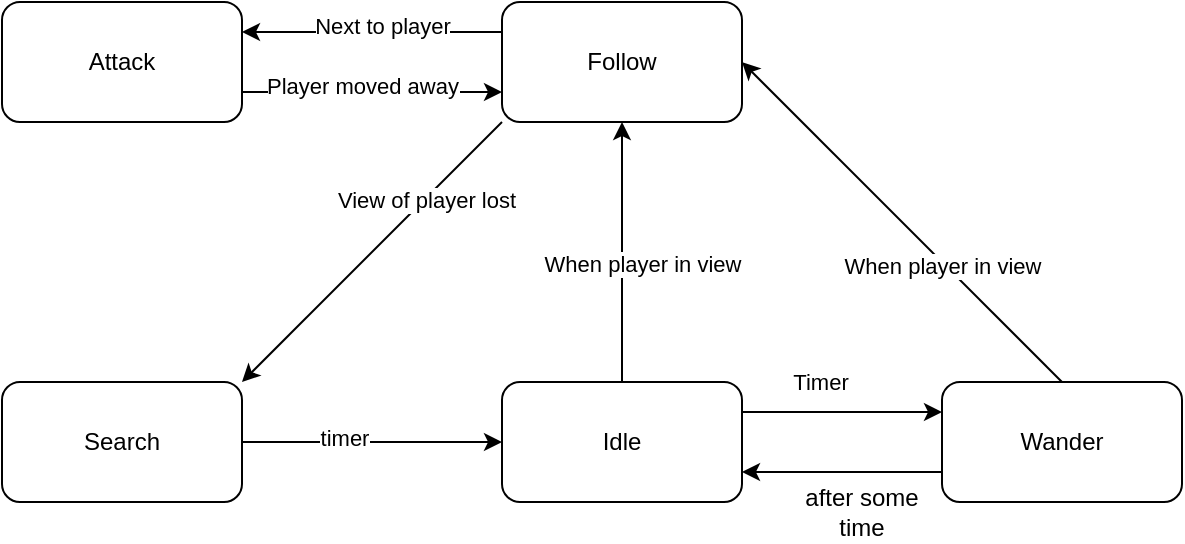
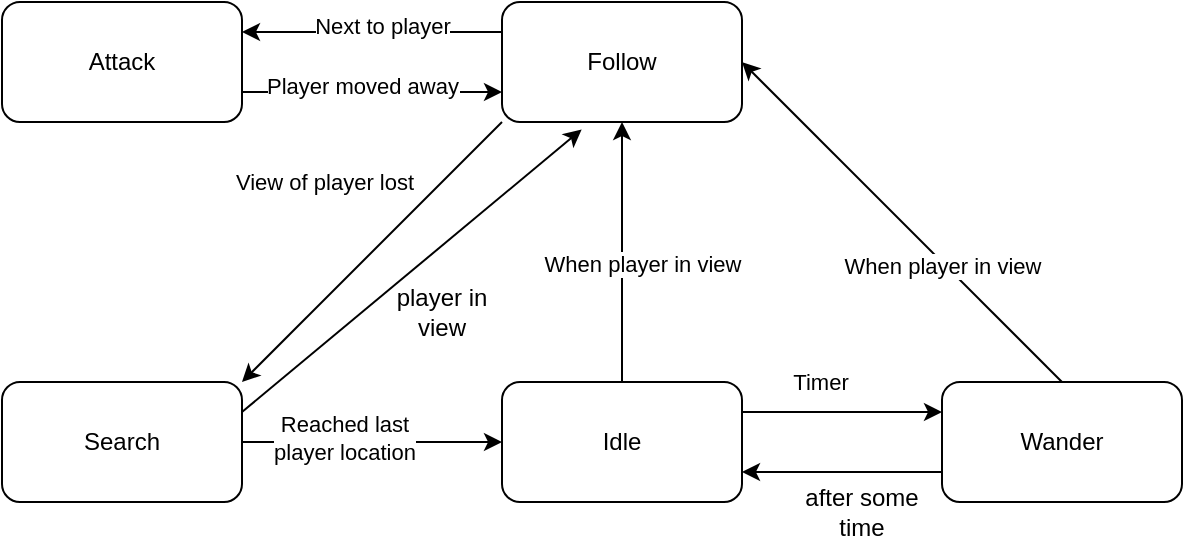
<mxfile host="Electron" agent="Mozilla/5.0 (Windows NT 10.0; Win64; x64) AppleWebKit/537.36 (KHTML, like Gecko) draw.io/29.6.1 Chrome/142.0.7444.265 Electron/39.8.0 Safari/537.36" version="29.6.1">
  <diagram name="Page-1" id="7ojqqCOk9tsSdzXVnYJO">
-     <mxGraphModel dx="984" dy="572" grid="1" gridSize="10" guides="1" tooltips="1" connect="1" arrows="1" fold="1" page="1" pageScale="1" pageWidth="850" pageHeight="1100" math="0" shadow="0">
+     <mxGraphModel dx="837" dy="571" grid="1" gridSize="10" guides="1" tooltips="1" connect="1" arrows="1" fold="1" page="1" pageScale="1" pageWidth="850" pageHeight="1100" math="0" shadow="0">
      <root>
        <mxCell id="0" />
        <mxCell id="1" parent="0" />
        <mxCell id="kaX4WNFZyzGd7ofn2PIC-2" parent="1" style="rounded=1;whiteSpace=wrap;html=1;" value="Idle" vertex="1">
          <mxGeometry height="60" width="120" x="370" y="370" as="geometry" />
        </mxCell>
        <mxCell id="kaX4WNFZyzGd7ofn2PIC-3" parent="1" style="rounded=1;whiteSpace=wrap;html=1;" value="Follow" vertex="1">
          <mxGeometry height="60" width="120" x="370" y="180" as="geometry" />
        </mxCell>
        <mxCell id="kaX4WNFZyzGd7ofn2PIC-4" parent="1" style="rounded=1;whiteSpace=wrap;html=1;" value="Attack" vertex="1">
          <mxGeometry height="60" width="120" x="120" y="180" as="geometry" />
        </mxCell>
        <mxCell id="kaX4WNFZyzGd7ofn2PIC-5" parent="1" style="rounded=1;whiteSpace=wrap;html=1;" value="Search" vertex="1">
          <mxGeometry height="60" width="120" x="120" y="370" as="geometry" />
        </mxCell>
        <mxCell id="kaX4WNFZyzGd7ofn2PIC-6" parent="1" style="rounded=1;whiteSpace=wrap;html=1;" value="Wander" vertex="1">
          <mxGeometry height="60" width="120" x="590" y="370" as="geometry" />
        </mxCell>
        <mxCell id="kaX4WNFZyzGd7ofn2PIC-7" edge="1" parent="1" source="kaX4WNFZyzGd7ofn2PIC-2" style="endArrow=classic;html=1;rounded=0;entryX=0.5;entryY=1;entryDx=0;entryDy=0;exitX=0.5;exitY=0;exitDx=0;exitDy=0;" target="kaX4WNFZyzGd7ofn2PIC-3" value="">
          <mxGeometry height="50" relative="1" width="50" as="geometry">
            <mxPoint x="410" y="440" as="sourcePoint" />
            <mxPoint x="460" y="390" as="targetPoint" />
          </mxGeometry>
        </mxCell>
        <mxCell id="kaX4WNFZyzGd7ofn2PIC-8" edge="1" parent="1" source="kaX4WNFZyzGd7ofn2PIC-3" style="endArrow=classic;html=1;rounded=0;entryX=1;entryY=0.25;entryDx=0;entryDy=0;exitX=0;exitY=0.25;exitDx=0;exitDy=0;" target="kaX4WNFZyzGd7ofn2PIC-4" value="">
          <mxGeometry height="50" relative="1" width="50" as="geometry">
            <mxPoint x="410" y="440" as="sourcePoint" />
            <mxPoint x="460" y="390" as="targetPoint" />
          </mxGeometry>
        </mxCell>
        <mxCell id="kaX4WNFZyzGd7ofn2PIC-19" connectable="0" parent="kaX4WNFZyzGd7ofn2PIC-8" style="edgeLabel;html=1;align=center;verticalAlign=middle;resizable=0;points=[];" value="Next to player" vertex="1">
          <mxGeometry relative="1" x="0.3436" y="-3" as="geometry">
            <mxPoint x="27" as="offset" />
          </mxGeometry>
        </mxCell>
        <mxCell id="kaX4WNFZyzGd7ofn2PIC-10" edge="1" parent="1" source="kaX4WNFZyzGd7ofn2PIC-5" style="endArrow=classic;html=1;rounded=0;exitX=1;exitY=0.5;exitDx=0;exitDy=0;entryX=0;entryY=0.5;entryDx=0;entryDy=0;" target="kaX4WNFZyzGd7ofn2PIC-2" value="">
          <mxGeometry height="50" relative="1" width="50" as="geometry">
            <mxPoint x="410" y="440" as="sourcePoint" />
            <mxPoint x="460" y="390" as="targetPoint" />
          </mxGeometry>
        </mxCell>
-         <mxCell id="kaX4WNFZyzGd7ofn2PIC-24" connectable="0" parent="kaX4WNFZyzGd7ofn2PIC-10" style="edgeLabel;html=1;align=center;verticalAlign=middle;resizable=0;points=[];" value="timer" vertex="1">
+         <mxCell id="kaX4WNFZyzGd7ofn2PIC-24" connectable="0" parent="kaX4WNFZyzGd7ofn2PIC-10" style="edgeLabel;html=1;align=center;verticalAlign=middle;resizable=0;points=[];" value="Reached last&lt;div&gt;player location&lt;/div&gt;" vertex="1">
          <mxGeometry relative="1" x="-0.2117" y="2" as="geometry">
            <mxPoint as="offset" />
          </mxGeometry>
        </mxCell>
        <mxCell id="kaX4WNFZyzGd7ofn2PIC-11" edge="1" parent="1" source="kaX4WNFZyzGd7ofn2PIC-2" style="endArrow=classic;html=1;rounded=0;entryX=0;entryY=0.25;entryDx=0;entryDy=0;exitX=1;exitY=0.25;exitDx=0;exitDy=0;" target="kaX4WNFZyzGd7ofn2PIC-6" value="">
          <mxGeometry height="50" relative="1" width="50" as="geometry">
            <mxPoint x="410" y="440" as="sourcePoint" />
            <mxPoint x="460" y="390" as="targetPoint" />
          </mxGeometry>
        </mxCell>
        <mxCell id="kaX4WNFZyzGd7ofn2PIC-13" connectable="0" parent="kaX4WNFZyzGd7ofn2PIC-11" style="edgeLabel;html=1;align=center;verticalAlign=middle;resizable=0;points=[];" value="Timer" vertex="1">
          <mxGeometry relative="1" x="-0.2324" y="2" as="geometry">
            <mxPoint y="-13" as="offset" />
          </mxGeometry>
        </mxCell>
        <mxCell id="kaX4WNFZyzGd7ofn2PIC-12" edge="1" parent="1" source="kaX4WNFZyzGd7ofn2PIC-6" style="endArrow=classic;html=1;rounded=0;entryX=1;entryY=0.75;entryDx=0;entryDy=0;exitX=0;exitY=0.75;exitDx=0;exitDy=0;" target="kaX4WNFZyzGd7ofn2PIC-2" value="">
          <mxGeometry height="50" relative="1" width="50" as="geometry">
            <mxPoint x="410" y="440" as="sourcePoint" />
            <mxPoint x="460" y="390" as="targetPoint" />
          </mxGeometry>
        </mxCell>
        <mxCell id="kaX4WNFZyzGd7ofn2PIC-14" parent="1" style="text;html=1;whiteSpace=wrap;strokeColor=none;fillColor=none;align=center;verticalAlign=middle;rounded=0;" value="after some time" vertex="1">
          <mxGeometry height="30" width="60" x="520" y="420" as="geometry" />
        </mxCell>
        <mxCell id="kaX4WNFZyzGd7ofn2PIC-15" edge="1" parent="1" source="kaX4WNFZyzGd7ofn2PIC-6" style="endArrow=classic;html=1;rounded=0;entryX=1;entryY=0.5;entryDx=0;entryDy=0;exitX=0.5;exitY=0;exitDx=0;exitDy=0;" target="kaX4WNFZyzGd7ofn2PIC-3" value="">
          <mxGeometry height="50" relative="1" width="50" as="geometry">
            <mxPoint x="410" y="440" as="sourcePoint" />
            <mxPoint x="460" y="390" as="targetPoint" />
          </mxGeometry>
        </mxCell>
        <mxCell id="kaX4WNFZyzGd7ofn2PIC-16" connectable="0" parent="kaX4WNFZyzGd7ofn2PIC-15" style="edgeLabel;html=1;align=center;verticalAlign=middle;resizable=0;points=[];" value="When player in view" vertex="1">
          <mxGeometry relative="1" x="-0.2601" y="1" as="geometry">
            <mxPoint as="offset" />
          </mxGeometry>
        </mxCell>
        <mxCell id="kaX4WNFZyzGd7ofn2PIC-23" connectable="0" parent="kaX4WNFZyzGd7ofn2PIC-15" style="edgeLabel;html=1;align=center;verticalAlign=middle;resizable=0;points=[];" value="When player in view" vertex="1">
          <mxGeometry relative="1" x="-0.2601" y="1" as="geometry">
            <mxPoint x="-150" y="-1" as="offset" />
          </mxGeometry>
        </mxCell>
        <mxCell id="kaX4WNFZyzGd7ofn2PIC-17" edge="1" parent="1" source="kaX4WNFZyzGd7ofn2PIC-3" style="endArrow=classic;html=1;rounded=0;entryX=1;entryY=0;entryDx=0;entryDy=0;exitX=0;exitY=1;exitDx=0;exitDy=0;" target="kaX4WNFZyzGd7ofn2PIC-5" value="">
          <mxGeometry height="50" relative="1" width="50" as="geometry">
            <mxPoint x="410" y="440" as="sourcePoint" />
            <mxPoint x="460" y="390" as="targetPoint" />
          </mxGeometry>
        </mxCell>
        <mxCell id="kaX4WNFZyzGd7ofn2PIC-18" connectable="0" parent="kaX4WNFZyzGd7ofn2PIC-17" style="edgeLabel;html=1;align=center;verticalAlign=middle;resizable=0;points=[];" value="View of player lost" vertex="1">
          <mxGeometry relative="1" x="-0.4095" as="geometry">
-             <mxPoint as="offset" />
+             <mxPoint x="-51" y="-9" as="offset" />
          </mxGeometry>
        </mxCell>
        <mxCell id="kaX4WNFZyzGd7ofn2PIC-21" edge="1" parent="1" source="kaX4WNFZyzGd7ofn2PIC-4" style="endArrow=classic;html=1;rounded=0;entryX=0;entryY=0.75;entryDx=0;entryDy=0;exitX=1;exitY=0.75;exitDx=0;exitDy=0;" target="kaX4WNFZyzGd7ofn2PIC-3" value="">
          <mxGeometry height="50" relative="1" width="50" as="geometry">
            <mxPoint x="410" y="440" as="sourcePoint" />
            <mxPoint x="460" y="390" as="targetPoint" />
          </mxGeometry>
        </mxCell>
        <mxCell id="kaX4WNFZyzGd7ofn2PIC-22" connectable="0" parent="kaX4WNFZyzGd7ofn2PIC-21" style="edgeLabel;html=1;align=center;verticalAlign=middle;resizable=0;points=[];" value="Player moved away" vertex="1">
          <mxGeometry relative="1" x="-0.307" y="3" as="geometry">
            <mxPoint x="15" as="offset" />
          </mxGeometry>
        </mxCell>
+         <mxCell id="YPR7kNpVzvcMhcTWtG5n-1" edge="1" parent="1" source="kaX4WNFZyzGd7ofn2PIC-5" style="endArrow=classic;html=1;rounded=0;exitX=1;exitY=0.25;exitDx=0;exitDy=0;entryX=0.332;entryY=1.062;entryDx=0;entryDy=0;entryPerimeter=0;" target="kaX4WNFZyzGd7ofn2PIC-3" value="">
+           <mxGeometry height="50" relative="1" width="50" as="geometry">
+             <mxPoint x="350" y="320" as="sourcePoint" />
+             <mxPoint x="400" y="270" as="targetPoint" />
+           </mxGeometry>
+         </mxCell>
+         <mxCell id="YPR7kNpVzvcMhcTWtG5n-2" parent="1" style="text;html=1;whiteSpace=wrap;strokeColor=none;fillColor=none;align=center;verticalAlign=middle;rounded=0;" value="player in view" vertex="1">
+           <mxGeometry height="30" width="60" x="310" y="320" as="geometry" />
+         </mxCell>
      </root>
    </mxGraphModel>
  </diagram>
</mxfile>
